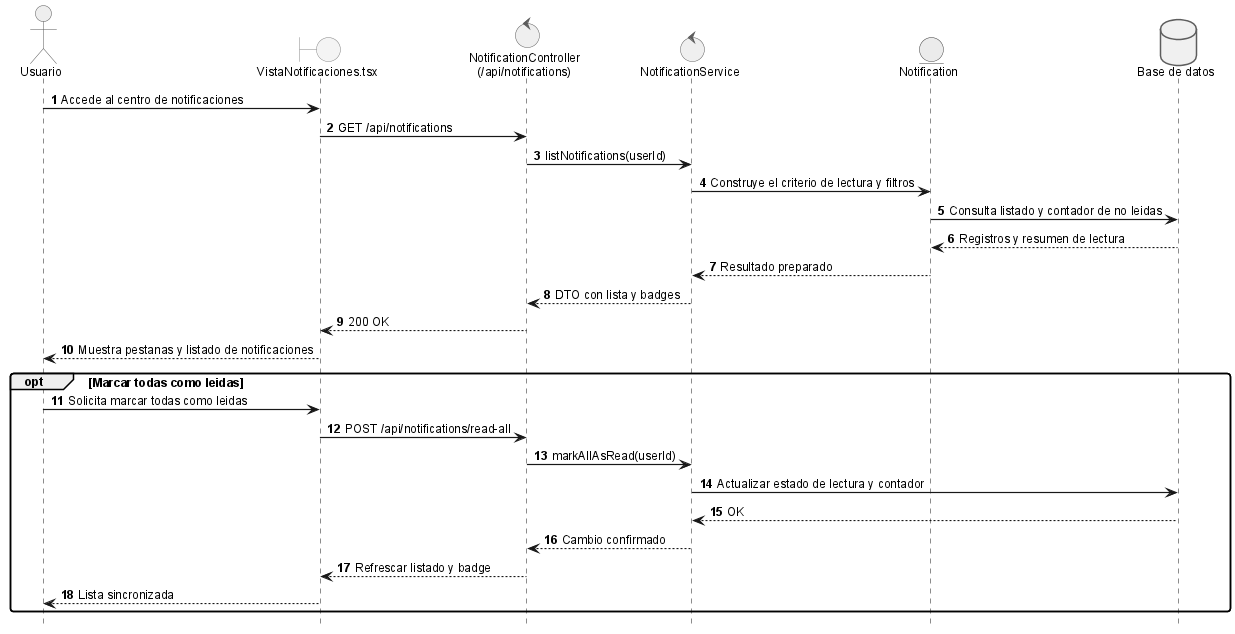
Earlier version of the PlantUML export anexos/diagramas/seq-notifications.png (ErDeivih/DocumentChain).
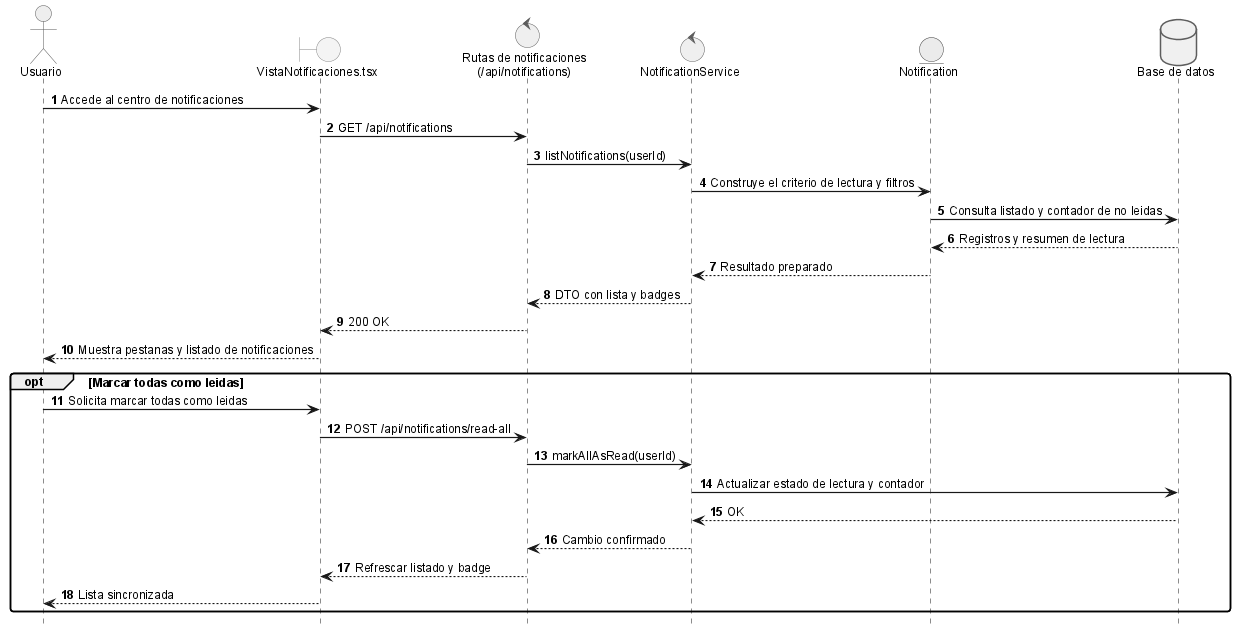
After the change.

The edit, as a diff of the source:
```diff
@@ -3,7 +3,7 @@
 autonumber 1
 actor Usuario as user
 boundary "VistaNotificaciones.tsx" as ui
-control "NotificationController\n(/api/notifications)" as notifApi
+control "Rutas de notificaciones\n(/api/notifications)" as notifApi
 control "NotificationService" as srv
 entity "Notification" as notif
 database "Base de datos" as db
```
